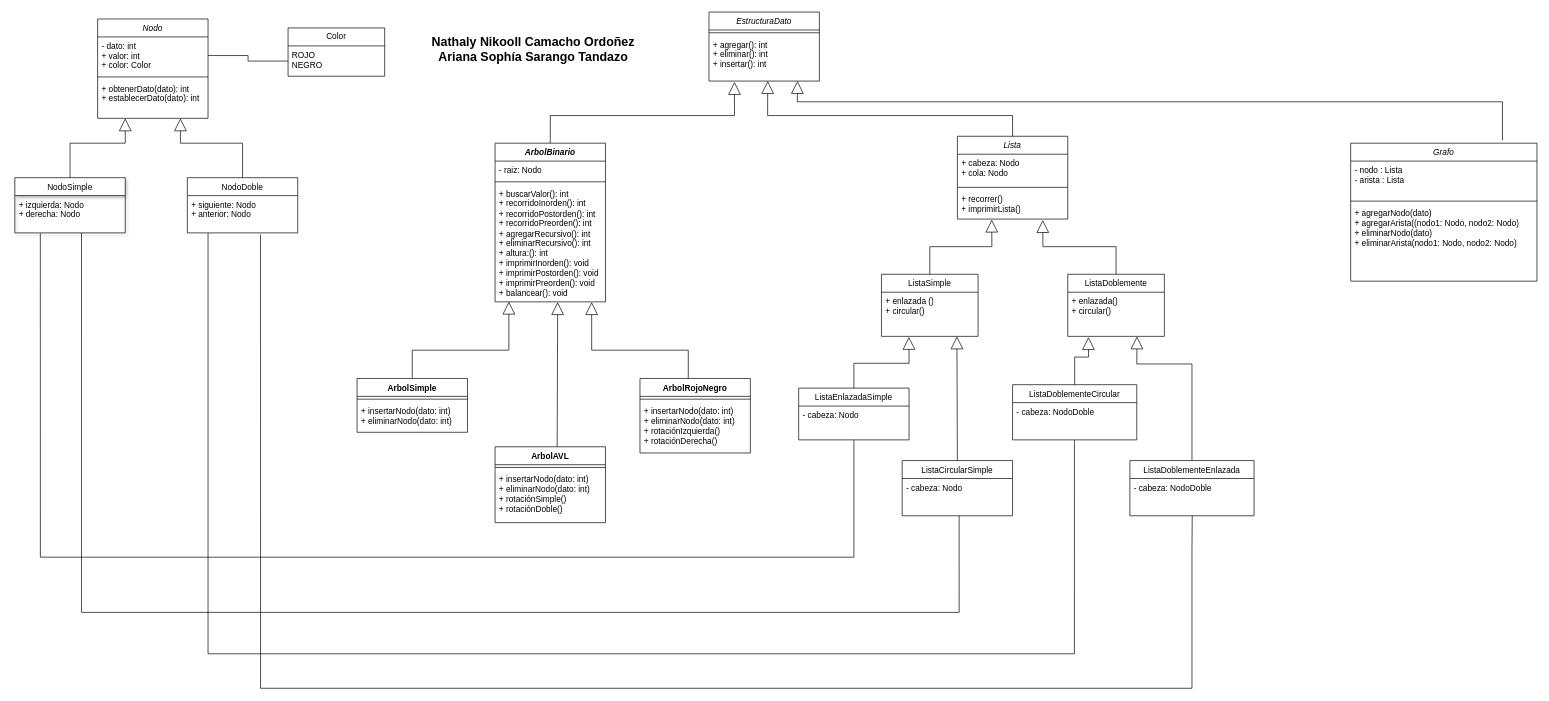
Above: ArbolBinario.drawio in ArianaSarango/ArbolBinario (draw.io), before the change. Source tidied: cells renumbered, new cells numbered last; positions are measured from the earlier drawing's top-left corner, leaving out a move shared by most shapes. Both pictures are drawn from the tidied source at 69%, with x=0, y=0 at pixel (14, 12).
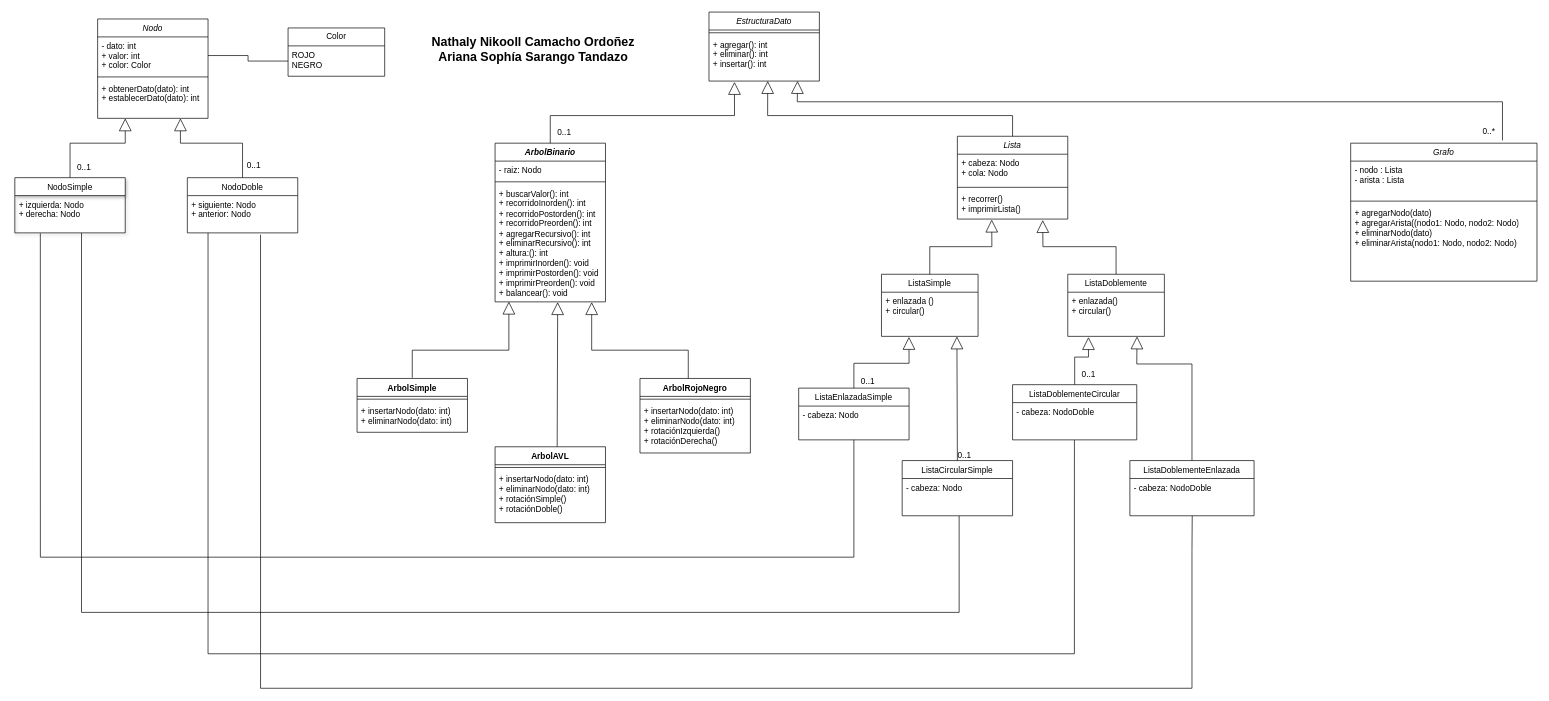
Above is the later version.

What changed in the source:
```diff
@@
+    <mxCell id="68" value="0..1" style="text;html=1;align=center;verticalAlign=middle;strokeColor=none;fillColor=none;" parent="1" vertex="1">
+      <mxGeometry x="80" y="210" width="40" height="30" as="geometry" />
+    </mxCell>
+    <mxCell id="69" value="0..1" style="text;html=1;align=center;verticalAlign=middle;strokeColor=none;fillColor=none;" parent="1" vertex="1">
+      <mxGeometry x="326" y="208" width="40" height="30" as="geometry" />
+    </mxCell>
+    <mxCell id="70" value="0..*" style="text;html=1;align=center;verticalAlign=middle;strokeColor=none;fillColor=none;" parent="1" vertex="1">
+      <mxGeometry x="2116" y="158" width="40" height="30" as="geometry" />
+    </mxCell>
+    <mxCell id="71" value="0..1" style="text;html=1;align=center;verticalAlign=middle;strokeColor=none;fillColor=none;" parent="1" vertex="1">
+      <mxGeometry x="1216" y="520" width="40" height="30" as="geometry" />
+    </mxCell>
+    <mxCell id="72" value="0..1" style="text;html=1;align=center;verticalAlign=middle;strokeColor=none;fillColor=none;" parent="1" vertex="1">
+      <mxGeometry x="1536" y="510" width="40" height="30" as="geometry" />
+    </mxCell>
+    <mxCell id="73" value="0..1" style="text;html=1;align=center;verticalAlign=middle;strokeColor=none;fillColor=none;" parent="1" vertex="1">
+      <mxGeometry x="776" y="160" width="40" height="30" as="geometry" />
+    </mxCell>
+    <mxCell id="74" value="0..1" style="text;html=1;align=center;verticalAlign=middle;strokeColor=none;fillColor=none;" parent="1" vertex="1">
+      <mxGeometry x="1356" y="628" width="40" height="30" as="geometry" />
+    </mxCell>
```
